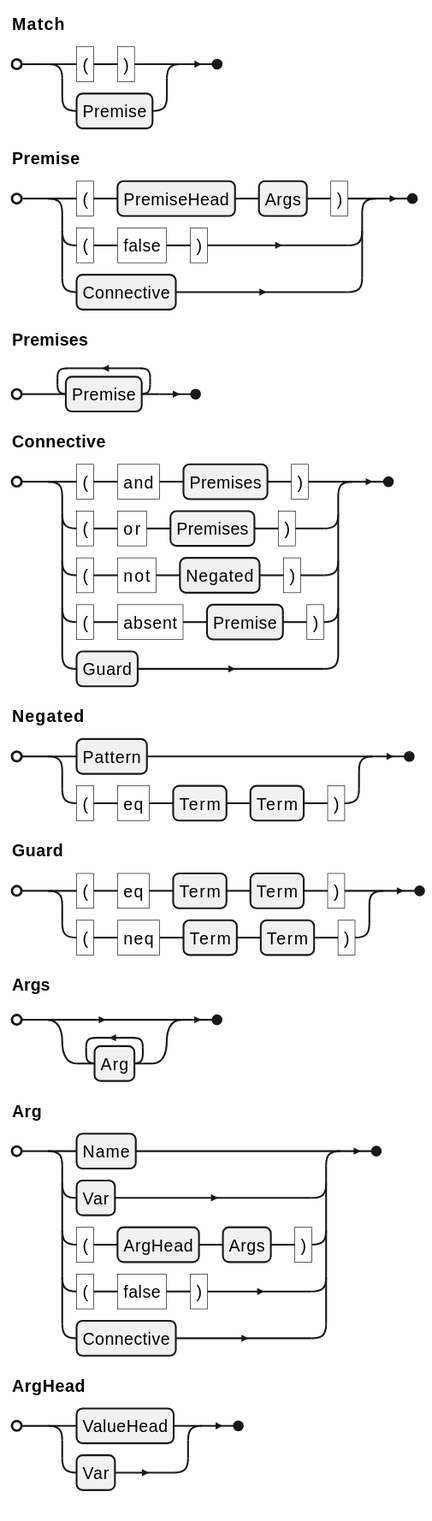
The PlantUML diagram docs/ein/user/04-reference/diagrams/01-grammar-phrase-match.svg in agutikov/ein, before a commit. Its source is kept beside it as docs/ein/user/04-reference/diagrams/01-grammar-phrase-match.puml. Source of this version:
```plantuml
@startebnf
Match = "(" , ")" | Premise ;
Premise = "(" , PremiseHead , Args , ")" | "(" , "false" , ")" | Connective ;
Premises = { Premise }- ;
Connective =
    "(" , "and" , Premises , ")"
  | "(" , "or" , Premises , ")"
  | "(" , "not" , Negated , ")"
  | "(" , "absent" , Premise , ")"
  | Guard ;
Negated = Pattern | "(" , "eq" , Term , Term , ")" ;
Guard = "(" , "eq" , Term , Term , ")" | "(" , "neq" , Term , Term , ")" ;
Args = { Arg } ;
Arg = Name | Var | "(" , ArgHead , Args , ")" | "(" , "false" , ")" | Connective ;
ArgHead = ValueHead | Var ;
@endebnf
```
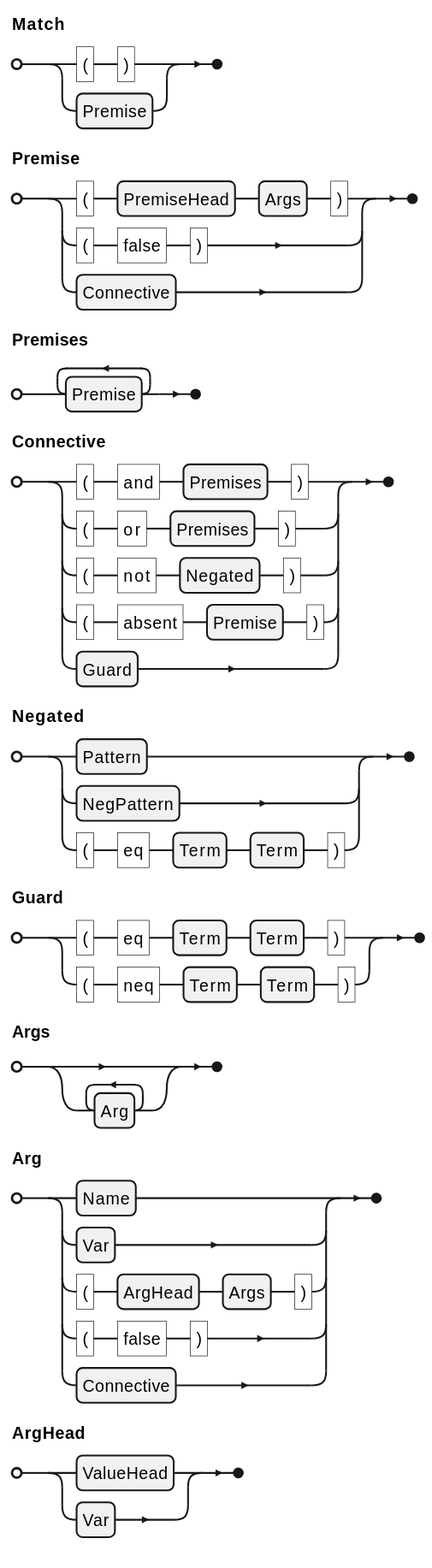
Above is the later version.

What changed in the source:
```diff
@@ -8,7 +8,7 @@
   | "(" , "not" , Negated , ")"
   | "(" , "absent" , Premise , ")"
   | Guard ;
-Negated = Pattern | "(" , "eq" , Term , Term , ")" ;
+Negated = Pattern | NegPattern | "(" , "eq" , Term , Term , ")" ;
 Guard = "(" , "eq" , Term , Term , ")" | "(" , "neq" , Term , Term , ")" ;
 Args = { Arg } ;
 Arg = Name | Var | "(" , ArgHead , Args , ")" | "(" , "false" , ")" | Connective ;
```
